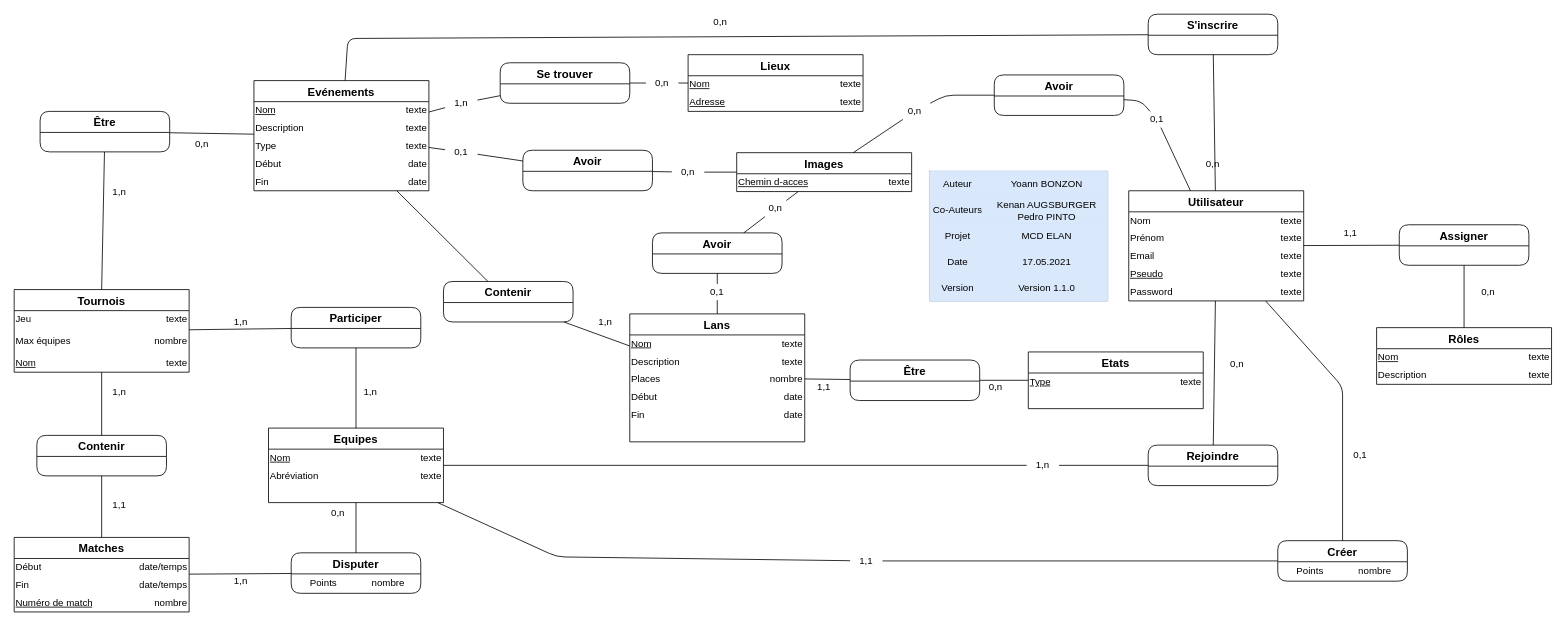
Earlier version of the draw.io diagram DOC/MCD.drawio (yovatar/E-LAN). Source tidied: cells renumbered, new cells numbered last; positions are measured from the earlier drawing's top-left corner, leaving out a move shared by most shapes. Both pictures are drawn from the tidied source at 81%, with x=0, y=0 at pixel (14, 14).
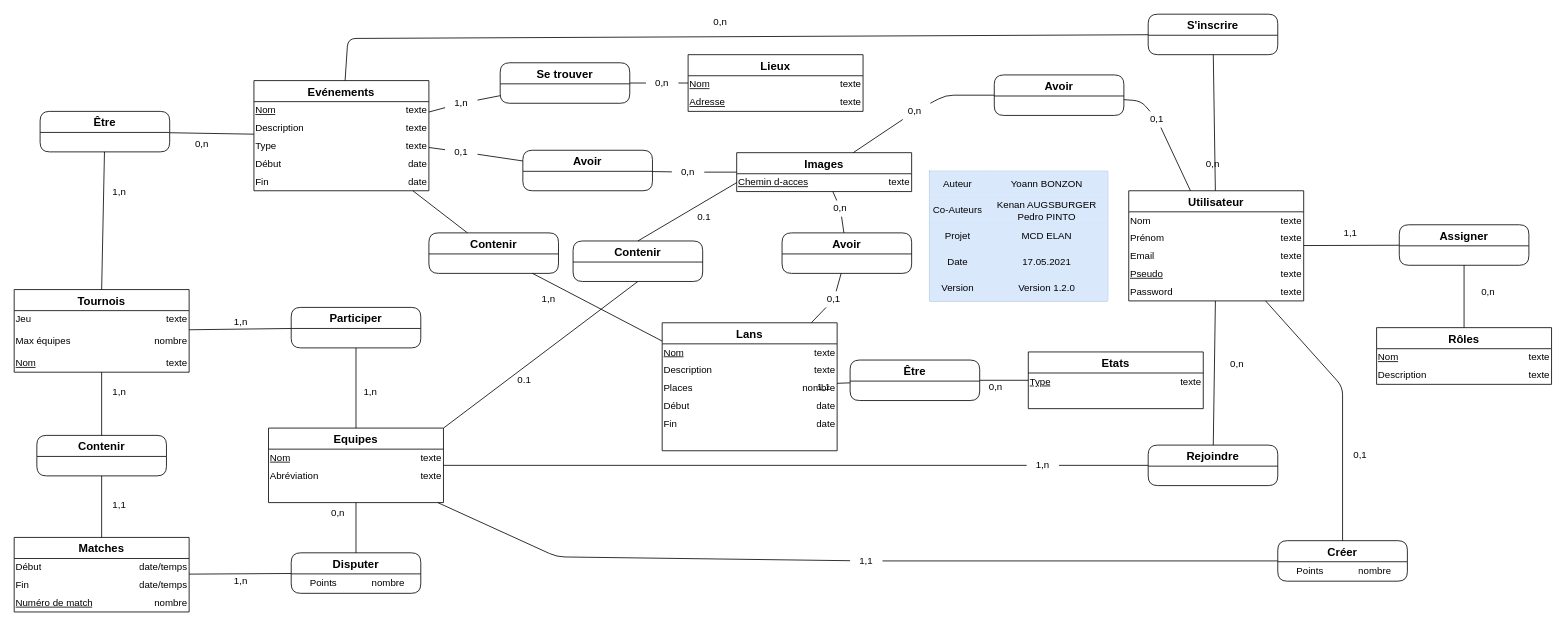
The same diagram, later.

The change refers to these unchanged cells:
```xml
<mxCell id="78" value="Equipes" style="swimlane;fontStyle=1;horizontal=1;startSize=26;align=center;fontSize=14;rounded=0;swimlaneFillColor=#ffffff;" parent="1" vertex="1">
  <mxGeometry x="314" y="511" width="216" height="92" as="geometry" />
</mxCell>
<mxCell id="167" style="shape=partialRectangle;html=1;whiteSpace=wrap;fillColor=#dae8fc;top=0;left=0;bottom=0;right=0;strokeColor=#6c8ebf;" parent="154" vertex="1">
  <mxGeometry y="128" width="220" height="32" as="geometry" />
</mxCell>
<mxCell id="225" style="shape=partialRectangle;html=1;whiteSpace=wrap;fillColor=none;top=0;left=0;bottom=0;right=0;points=[[0,0.5],[1,0.5]];portConstraint=eastwest;" parent="224" vertex="1">
  <mxGeometry width="216" height="22" as="geometry" />
</mxCell>
```

The edit, as a diff of the source:
```diff
@@
     <mxCell id="34" value="Lans" style="swimlane;fontStyle=1;horizontal=1;startSize=26;align=center;fontSize=14;rounded=0;swimlaneFillColor=#ffffff;" parent="1" vertex="1">
-      <mxGeometry x="760" y="370" width="216" height="158" as="geometry" />
+      <mxGeometry x="800" y="381" width="216" height="158" as="geometry" />
     </mxCell>
@@
     <mxCell id="54" value="Contenir" style="swimlane;fontStyle=1;horizontal=1;startSize=26;align=center;fontSize=14;rounded=1;swimlaneFillColor=#ffffff;" parent="1" vertex="1">
-      <mxGeometry x="530" y="330" width="160" height="50" as="geometry" />
+      <mxGeometry x="512" y="270" width="160" height="50" as="geometry" />
     </mxCell>
@@
-    <mxCell id="169" value="Version 1.1.0" style="shape=partialRectangle;html=1;whiteSpace=wrap;fillColor=#dae8fc;top=0;left=0;bottom=0;right=0;overflow=hidden;strokeColor=#6c8ebf;" parent="167" vertex="1">
+    <mxCell id="169" value="Version 1.2.0" style="shape=partialRectangle;html=1;whiteSpace=wrap;fillColor=#dae8fc;top=0;left=0;bottom=0;right=0;overflow=hidden;strokeColor=#6c8ebf;" parent="167" vertex="1">
       <mxGeometry x="70" width="150" height="32" as="geometry" />
     </mxCell>
@@
     <mxCell id="210" value="1,n" style="text;html=1;strokeColor=none;fillColor=none;align=center;verticalAlign=middle;whiteSpace=wrap;rounded=0;" parent="1" vertex="1">
-      <mxGeometry x="710" y="370" width="40" height="20" as="geometry" />
+      <mxGeometry x="640" y="342" width="40" height="20" as="geometry" />
     </mxCell>
@@
     <mxCell id="237" value="Avoir" style="swimlane;fontStyle=1;horizontal=1;startSize=26;align=center;fontSize=14;rounded=1;swimlaneFillColor=#ffffff;" parent="1" vertex="1">
-      <mxGeometry x="788" y="270" width="160" height="50" as="geometry" />
+      <mxGeometry x="948" y="270" width="160" height="50" as="geometry" />
     </mxCell>
@@
     <mxCell id="256" value="0,n" style="text;html=1;strokeColor=none;fillColor=none;align=center;verticalAlign=middle;whiteSpace=wrap;rounded=0;" parent="1" vertex="1">
-      <mxGeometry x="920" y="230" width="40" height="20" as="geometry" />
+      <mxGeometry x="1000" y="230" width="40" height="20" as="geometry" />
     </mxCell>
@@
     <mxCell id="259" value="0,1" style="text;html=1;strokeColor=none;fillColor=none;align=center;verticalAlign=middle;whiteSpace=wrap;rounded=0;" parent="1" vertex="1">
-      <mxGeometry x="848" y="333" width="40" height="20" as="geometry" />
+      <mxGeometry x="992" y="342" width="40" height="20" as="geometry" />
     </mxCell>
@@
+    <mxCell id="269" style="endArrow=none;html=1;exitX=1;exitY=0;exitDx=0;exitDy=0;entryX=0.5;entryY=1;entryDx=0;entryDy=0;" parent="1" edge="1" source="78" target="271">
+      <mxGeometry relative="1" as="geometry" />
+    </mxCell>
+    <mxCell id="270" value="0.1" style="text;html=1;strokeColor=none;fillColor=none;align=center;verticalAlign=middle;whiteSpace=wrap;rounded=0;" parent="1" vertex="1">
+      <mxGeometry x="610" y="442" width="40" height="20" as="geometry" />
+    </mxCell>
+    <mxCell id="271" value="Contenir" style="swimlane;fontStyle=1;horizontal=1;startSize=26;align=center;fontSize=14;rounded=1;swimlaneFillColor=#ffffff;rotation=0;" parent="1" vertex="1">
+      <mxGeometry x="690" y="280" width="160" height="50" as="geometry" />
+    </mxCell>
+    <mxCell id="272" style="endArrow=none;html=1;exitX=0.5;exitY=0;exitDx=0;exitDy=0;entryX=0;entryY=0.5;entryDx=0;entryDy=0;" parent="1" edge="1" source="271" target="225">
+      <mxGeometry relative="1" as="geometry" />
+    </mxCell>
+    <mxCell id="273" value="0.1" style="text;html=1;strokeColor=none;fillColor=none;align=center;verticalAlign=middle;whiteSpace=wrap;rounded=0;" parent="1" vertex="1">
+      <mxGeometry x="832" y="240" width="40" height="20" as="geometry" />
+    </mxCell>
```
